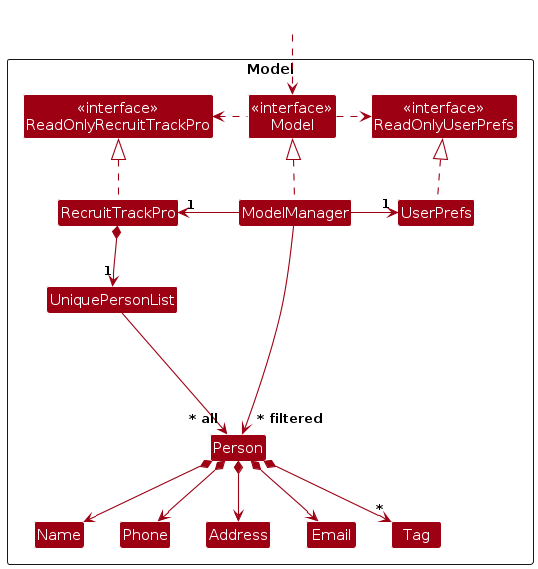
AY2425S2-CS2103-F15-3/tp keeps this PlantUML diagram as diagrams/ModelClassDiagram.png. Above is the earlier version. Its source is kept beside it as diagrams/ModelClassDiagram.puml.
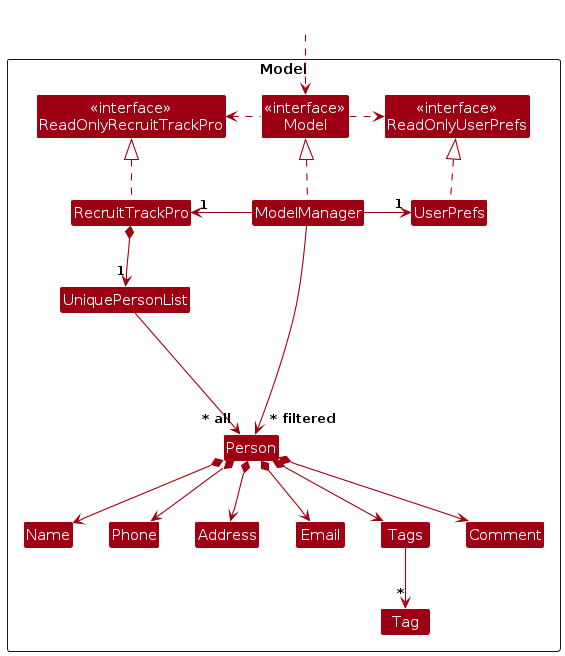
The same diagram one commit later.

What changed in the source:
```diff
@@ -18,7 +18,9 @@
 Class Email
 Class Name
 Class Phone
+Class Tags
 Class Tag
+Class Comment
 
 Class I #FFFFFF
 }
@@ -41,7 +43,9 @@
 Person *--> Phone
 Person *--> Email
 Person *--> Address
-Person *--> "*" Tag
+Person *--> Comment
+Person *--> Tags
+Tags -down-> "*" Tag
 
 Person -[hidden]up--> I
 UniquePersonList -[hidden]right-> I
```
